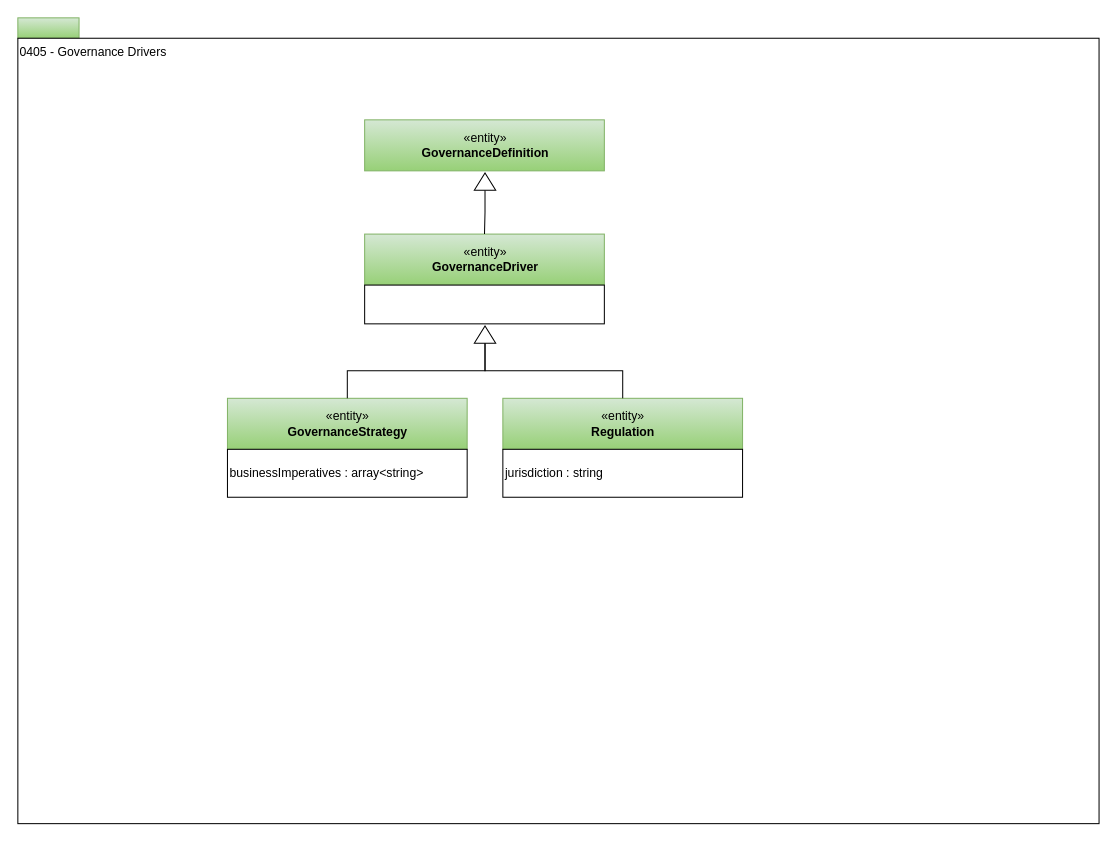
The draw.io diagram page "0405-Governance-Drivers" (3 of 28) of open-metadata-publication/website/open-metadata-types/area-4-governance.drawio in odpi/egeria, before the edit. Source tidied: cells renumbered, new cells numbered last; positions are measured from the earlier drawing's top-left corner, leaving out a move shared by most shapes. Both pictures are drawn from the tidied source at 102%, with x=0, y=0 at pixel (17, 17).
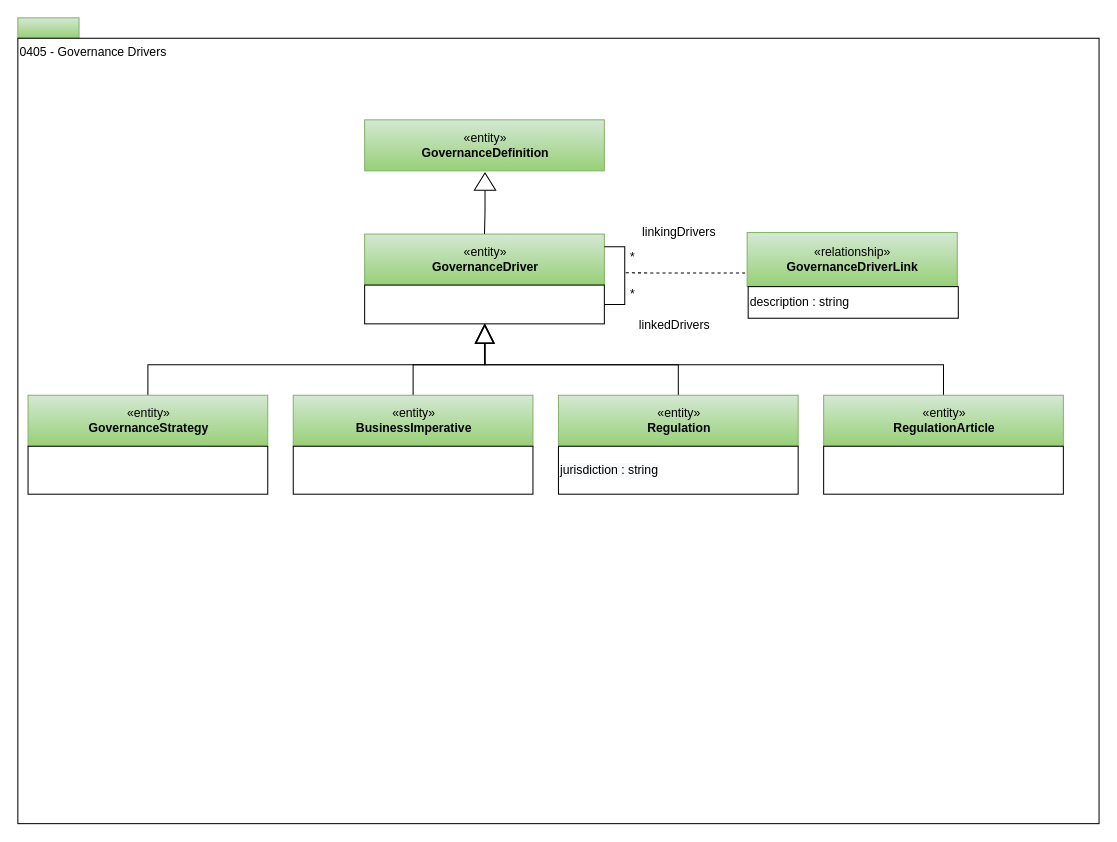
The same page after the edit.

The change refers to these unchanged cells:
```xml
<mxCell id="4" value="«entity»&lt;br&gt;&lt;b&gt;GovernanceDriver&lt;/b&gt;" style="html=1;strokeColor=#82b366;align=center;fillColor=#d5e8d4;gradientColor=#97d077;" parent="1" vertex="1">
  <mxGeometry x="340" y="212" width="235" height="50" as="geometry" />
</mxCell>
<mxCell id="7" style="rounded=0;whiteSpace=wrap;html=1;strokeColor=#000000;gradientColor=#ffffff;align=left;" parent="1" vertex="1">
  <mxGeometry x="340" y="262" width="235" height="38" as="geometry" />
</mxCell>
```

Change to the diagram source:
```diff
@@
+    <mxCell id="16" style="edgeStyle=orthogonalEdgeStyle;rounded=0;jettySize=auto;html=1;endArrow=block;endFill=0;endSize=17;" parent="1" edge="1" source="8" target="7">
+      <mxGeometry relative="1" as="geometry">
+        <Array as="points">
+          <mxPoint x="128" y="340" />
+          <mxPoint x="458" y="340" />
+        </Array>
+      </mxGeometry>
+    </mxCell>
     <mxCell id="8" value="«entity»&lt;br&gt;&lt;b&gt;GovernanceStrategy&lt;/b&gt;" style="html=1;strokeColor=#82b366;align=center;fillColor=#d5e8d4;gradientColor=#97d077;" parent="1" vertex="1">
-      <mxGeometry x="205.5" y="373" width="235" height="50" as="geometry" />
+      <mxGeometry x="10" y="370" width="235" height="50" as="geometry" />
     </mxCell>
-    <mxCell id="9" style="edgeStyle=orthogonalEdgeStyle;rounded=0;html=1;exitX=0;exitY=0.5;entryX=0.5;entryY=0;jettySize=auto;endArrow=none;endFill=0;exitDx=0;exitDy=0;" parent="1" edge="1" source="10" target="8">
-      <mxGeometry relative="1" as="geometry" />
-    </mxCell>
-    <mxCell id="10" style="triangle;whiteSpace=wrap;html=1;strokeColor=#000000;gradientColor=#ffffff;align=center;rotation=-90;" parent="1" vertex="1">
-      <mxGeometry x="449.5" y="300" width="17" height="21" as="geometry" />
-    </mxCell>
-    <mxCell id="11" value="businessImperatives : array&amp;lt;string&amp;gt;" style="rounded=0;whiteSpace=wrap;html=1;strokeColor=#000000;gradientColor=#ffffff;align=left;" parent="1" vertex="1">
-      <mxGeometry x="205.5" y="423" width="235" height="47" as="geometry" />
+    <mxCell id="11" style="rounded=0;whiteSpace=wrap;html=1;strokeColor=#000000;gradientColor=#ffffff;align=left;" parent="1" vertex="1">
+      <mxGeometry x="10" y="420" width="235" height="47" as="geometry" />
     </mxCell>
@@
+    <mxCell id="17" style="edgeStyle=orthogonalEdgeStyle;rounded=0;jettySize=auto;html=1;endArrow=block;endFill=0;endSize=17;" parent="1" edge="1" source="13" target="7">
+      <mxGeometry relative="1" as="geometry">
+        <Array as="points">
+          <mxPoint x="908" y="340" />
+          <mxPoint x="458" y="340" />
+        </Array>
+      </mxGeometry>
+    </mxCell>
-    <mxCell id="13" value="«entity»&lt;br&gt;&lt;b&gt;Regulation&lt;/b&gt;" style="html=1;strokeColor=#82b366;align=center;fillColor=#d5e8d4;gradientColor=#97d077;" parent="1" vertex="1">
-      <mxGeometry x="475.5" y="373" width="235" height="50" as="geometry" />
+    <mxCell id="13" value="«entity»&lt;br&gt;&lt;b&gt;RegulationArticle&lt;/b&gt;" style="html=1;strokeColor=#82b366;align=center;fillColor=#d5e8d4;gradientColor=#97d077;" parent="1" vertex="1">
+      <mxGeometry x="790" y="370" width="235" height="50" as="geometry" />
     </mxCell>
-    <mxCell id="14" style="edgeStyle=orthogonalEdgeStyle;rounded=0;html=1;exitX=0;exitY=0.5;entryX=0.5;entryY=0;jettySize=auto;endArrow=none;endFill=0;exitDx=0;exitDy=0;" parent="1" edge="1" source="10" target="13">
-      <mxGeometry relative="1" as="geometry" />
-    </mxCell>
+    <mxCell id="18" style="edgeStyle=orthogonalEdgeStyle;rounded=0;html=1;exitX=1;exitY=0.5;entryX=1;entryY=0.25;jettySize=auto;endArrow=none;endFill=0;exitDx=0;exitDy=0;entryDx=0;entryDy=0;" parent="1" edge="1" source="7" target="4">
+      <mxGeometry relative="1" as="geometry" />
+    </mxCell>
+    <mxCell id="19" value="*" style="text;html=1;strokeColor=none;fillColor=none;align=center;verticalAlign=middle;whiteSpace=wrap;rounded=0;" parent="1" vertex="1">
+      <mxGeometry x="590" y="262" width="26" height="18" as="geometry" />
+    </mxCell>
+    <mxCell id="20" value="«relationship»&lt;br&gt;&lt;b&gt;GovernanceDriverLink&lt;/b&gt;" style="html=1;strokeColor=#82b366;align=center;fillColor=#d5e8d4;gradientColor=#97d077;" parent="1" vertex="1">
+      <mxGeometry x="715" y="210.5" width="206" height="53" as="geometry" />
+    </mxCell>
+    <mxCell id="21" style="endArrow=none;dashed=1;html=1;entryX=0;entryY=0.75;entryDx=0;entryDy=0;" parent="1" edge="1">
+      <mxGeometry relative="1" as="geometry">
+        <mxPoint x="596" y="250" as="sourcePoint" />
+        <mxPoint x="716" y="250.2" as="targetPoint" />
+      </mxGeometry>
+    </mxCell>
+    <mxCell id="22" value="description : string" style="rounded=0;whiteSpace=wrap;html=1;strokeColor=#000000;gradientColor=#ffffff;align=left;" parent="1" vertex="1">
+      <mxGeometry x="716" y="263.5" width="206" height="31" as="geometry" />
+    </mxCell>
+    <mxCell id="23" value="*" style="text;html=1;strokeColor=none;fillColor=none;align=center;verticalAlign=middle;whiteSpace=wrap;rounded=0;" parent="1" vertex="1">
+      <mxGeometry x="590" y="226" width="26" height="18" as="geometry" />
+    </mxCell>
+    <mxCell id="24" style="edgeStyle=orthogonalEdgeStyle;rounded=0;jettySize=auto;html=1;endArrow=block;endFill=0;endSize=17;" parent="1" edge="1" source="25" target="7">
+      <mxGeometry relative="1" as="geometry" />
+    </mxCell>
+    <mxCell id="25" value="«entity»&lt;br&gt;&lt;b&gt;Regulation&lt;/b&gt;" style="html=1;strokeColor=#82b366;align=center;fillColor=#d5e8d4;gradientColor=#97d077;" parent="1" vertex="1">
+      <mxGeometry x="530" y="370" width="235" height="50" as="geometry" />
+    </mxCell>
-    <mxCell id="15" value="jurisdiction : string" style="rounded=0;whiteSpace=wrap;html=1;strokeColor=#000000;gradientColor=#ffffff;align=left;" parent="1" vertex="1">
-      <mxGeometry x="475.5" y="423" width="235" height="47" as="geometry" />
+    <mxCell id="15" value="&lt;span style=&quot;color: rgb(0, 0, 0); font-family: helvetica; font-size: 12px; font-style: normal; font-weight: 400; letter-spacing: normal; text-align: left; text-indent: 0px; text-transform: none; word-spacing: 0px; background-color: rgb(248, 249, 250); display: inline; float: none;&quot;&gt;jurisdiction : string&lt;/span&gt;" style="rounded=0;whiteSpace=wrap;html=1;strokeColor=#000000;gradientColor=#ffffff;align=left;" parent="1" vertex="1">
+      <mxGeometry x="530" y="420" width="235" height="47" as="geometry" />
     </mxCell>
+    <mxCell id="26" value="linkedDrivers" style="text;html=1;strokeColor=none;fillColor=none;align=center;verticalAlign=middle;whiteSpace=wrap;rounded=0;" parent="1" vertex="1">
+      <mxGeometry x="581" y="292" width="126" height="20" as="geometry" />
+    </mxCell>
+    <mxCell id="27" value="linkingDrivers" style="text;html=1;strokeColor=none;fillColor=none;align=center;verticalAlign=middle;whiteSpace=wrap;rounded=0;" parent="1" vertex="1">
+      <mxGeometry x="581" y="200" width="135" height="20" as="geometry" />
+    </mxCell>
+    <mxCell id="28" style="rounded=0;whiteSpace=wrap;html=1;strokeColor=#000000;gradientColor=#ffffff;align=left;" parent="1" vertex="1">
+      <mxGeometry x="790" y="420" width="235" height="47" as="geometry" />
+    </mxCell>
+    <mxCell id="29" style="edgeStyle=orthogonalEdgeStyle;rounded=0;jettySize=auto;html=1;endArrow=block;endFill=0;endSize=17;" parent="1" edge="1" source="30" target="7">
+      <mxGeometry relative="1" as="geometry" />
+    </mxCell>
+    <mxCell id="30" value="«entity»&lt;br&gt;&lt;b&gt;BusinessImperative&lt;/b&gt;" style="html=1;strokeColor=#82b366;align=center;fillColor=#d5e8d4;gradientColor=#97d077;" parent="1" vertex="1">
+      <mxGeometry x="270" y="370" width="235" height="50" as="geometry" />
+    </mxCell>
+    <mxCell id="31" style="rounded=0;whiteSpace=wrap;html=1;strokeColor=#000000;gradientColor=#ffffff;align=left;" parent="1" vertex="1">
+      <mxGeometry x="270" y="420" width="235" height="47" as="geometry" />
+    </mxCell>
```
